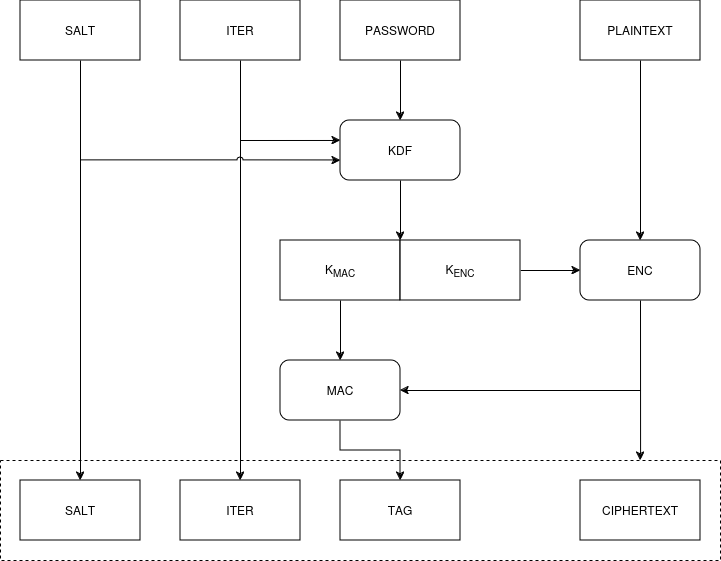
Before: images/block.png, a diagram exported from draw.io (shampoofactory/the_kings_head). Source tidied: cells renumbered, new cells last; positions are measured from the earlier drawing's top-left corner, leaving out a move shared by most shapes. Its diagram source:
```xml
<mxGraphModel>
  <root>
    <mxCell id="0" />
    <mxCell id="1" parent="0" />
    <mxCell id="2" style="rounded=0;whiteSpace=wrap;html=1;dashed=1;" parent="1" vertex="1">
      <mxGeometry y="460" width="720" height="100" as="geometry" />
    </mxCell>
    <mxCell id="3" value="SALT" style="rounded=0;whiteSpace=wrap;html=1;" parent="2" vertex="1">
      <mxGeometry x="20" y="20" width="120" height="60" as="geometry" />
    </mxCell>
    <mxCell id="4" value="ITER" style="rounded=0;whiteSpace=wrap;html=1;" parent="2" vertex="1">
      <mxGeometry x="180" y="20" width="120" height="60" as="geometry" />
    </mxCell>
    <mxCell id="5" value="TAG" style="rounded=0;whiteSpace=wrap;html=1;" parent="2" vertex="1">
      <mxGeometry x="340" y="20" width="120" height="60" as="geometry" />
    </mxCell>
    <mxCell id="6" value="CIPHERTEXT" style="rounded=0;whiteSpace=wrap;html=1;" parent="2" vertex="1">
      <mxGeometry x="580" y="20" width="120" height="60" as="geometry" />
    </mxCell>
    <mxCell id="7" value="SALT" style="rounded=0;whiteSpace=wrap;html=1;" parent="1" vertex="1">
      <mxGeometry x="20" width="120" height="60" as="geometry" />
    </mxCell>
    <mxCell id="8" value="ITER" style="rounded=0;whiteSpace=wrap;html=1;" parent="1" vertex="1">
      <mxGeometry x="180" width="120" height="60" as="geometry" />
    </mxCell>
    <mxCell id="9" value="PASSWORD" style="rounded=0;whiteSpace=wrap;html=1;" parent="1" vertex="1">
      <mxGeometry x="340" width="120" height="60" as="geometry" />
    </mxCell>
    <mxCell id="10" value="PLAINTEXT" style="rounded=0;whiteSpace=wrap;html=1;" parent="1" vertex="1">
      <mxGeometry x="580" width="120" height="60" as="geometry" />
    </mxCell>
    <mxCell id="11" value="KDF" style="rounded=1;whiteSpace=wrap;html=1;" parent="1" vertex="1">
      <mxGeometry x="340" y="120" width="120" height="60" as="geometry" />
    </mxCell>
    <mxCell id="12" value="K&lt;sub&gt;MAC&lt;/sub&gt;" style="rounded=0;whiteSpace=wrap;html=1;" parent="1" vertex="1">
      <mxGeometry x="280" y="240" width="120" height="60" as="geometry" />
    </mxCell>
    <mxCell id="13" style="edgeStyle=orthogonalEdgeStyle;rounded=0;jettySize=auto;html=1;exitX=1;exitY=0.5;exitDx=0;exitDy=0;entryX=0;entryY=0.5;entryDx=0;entryDy=0;" parent="1" edge="1" source="14" target="21">
      <mxGeometry relative="1" as="geometry" />
    </mxCell>
    <mxCell id="14" value="K&lt;sub&gt;ENC&lt;/sub&gt;" style="rounded=0;whiteSpace=wrap;html=1;" parent="1" vertex="1">
      <mxGeometry x="400" y="240" width="120" height="60" as="geometry" />
    </mxCell>
    <mxCell id="15" style="endArrow=classic;html=1;rounded=0;exitX=0.5;exitY=1;exitDx=0;exitDy=0;entryX=0.5;entryY=0;entryDx=0;entryDy=0;" parent="1" edge="1" source="7" target="3">
      <mxGeometry relative="1" as="geometry" />
    </mxCell>
    <mxCell id="16" style="endArrow=classic;html=1;rounded=0;exitX=0.5;exitY=1;exitDx=0;exitDy=0;entryX=0.5;entryY=0;entryDx=0;entryDy=0;" parent="1" edge="1" source="8" target="4">
      <mxGeometry relative="1" as="geometry" />
    </mxCell>
    <mxCell id="17" style="endArrow=classic;html=1;rounded=0;exitX=0.5;exitY=1;exitDx=0;exitDy=0;entryX=0.5;entryY=0;entryDx=0;entryDy=0;" parent="1" edge="1" source="9" target="11">
      <mxGeometry relative="1" as="geometry" />
    </mxCell>
    <mxCell id="18" style="endArrow=classic;html=1;rounded=0;entryX=0;entryY=0.667;entryDx=0;entryDy=0;entryPerimeter=0;jumpStyle=arc;" parent="1" edge="1" target="11">
      <mxGeometry relative="1" as="geometry">
        <mxPoint x="80" y="160" as="sourcePoint" />
      </mxGeometry>
    </mxCell>
    <mxCell id="19" style="endArrow=classic;html=1;rounded=0;entryX=0;entryY=0.333;entryDx=0;entryDy=0;entryPerimeter=0;" parent="1" edge="1" target="11">
      <mxGeometry relative="1" as="geometry">
        <mxPoint x="240" y="140" as="sourcePoint" />
      </mxGeometry>
    </mxCell>
    <mxCell id="20" style="endArrow=classic;html=1;rounded=0;entryX=0;entryY=0;entryDx=0;entryDy=0;exitX=0.5;exitY=1;exitDx=0;exitDy=0;" parent="1" edge="1" source="11" target="14">
      <mxGeometry relative="1" as="geometry" />
    </mxCell>
    <mxCell id="21" value="ENC" style="rounded=1;whiteSpace=wrap;html=1;" parent="1" vertex="1">
      <mxGeometry x="580" y="240" width="120" height="60" as="geometry" />
    </mxCell>
    <mxCell id="22" style="edgeStyle=orthogonalEdgeStyle;rounded=0;jettySize=auto;html=1;" parent="1" edge="1" source="23" target="5">
      <mxGeometry relative="1" as="geometry" />
    </mxCell>
    <mxCell id="23" value="MAC" style="rounded=1;whiteSpace=wrap;html=1;" parent="1" vertex="1">
      <mxGeometry x="280" y="360" width="120" height="60" as="geometry" />
    </mxCell>
    <mxCell id="24" style="endArrow=classic;html=1;rounded=0;exitX=0.5;exitY=1;exitDx=0;exitDy=0;" parent="1" edge="1" source="10" target="21">
      <mxGeometry relative="1" as="geometry" />
    </mxCell>
    <mxCell id="25" style="endArrow=classic;html=1;rounded=0;exitX=0.5;exitY=1;exitDx=0;exitDy=0;entryX=0.889;entryY=0;entryDx=0;entryDy=0;entryPerimeter=0;" parent="1" edge="1" source="21" target="2">
      <mxGeometry relative="1" as="geometry" />
    </mxCell>
    <mxCell id="26" style="endArrow=classic;html=1;rounded=0;exitX=0.5;exitY=1;exitDx=0;exitDy=0;entryX=0.5;entryY=0;entryDx=0;entryDy=0;" parent="1" edge="1" source="12" target="23">
      <mxGeometry relative="1" as="geometry" />
    </mxCell>
    <mxCell id="27" style="endArrow=classic;html=1;rounded=0;entryX=1;entryY=0.5;entryDx=0;entryDy=0;" parent="1" edge="1" target="23">
      <mxGeometry relative="1" as="geometry">
        <mxPoint x="640" y="390" as="sourcePoint" />
      </mxGeometry>
    </mxCell>
  </root>
</mxGraphModel>
```
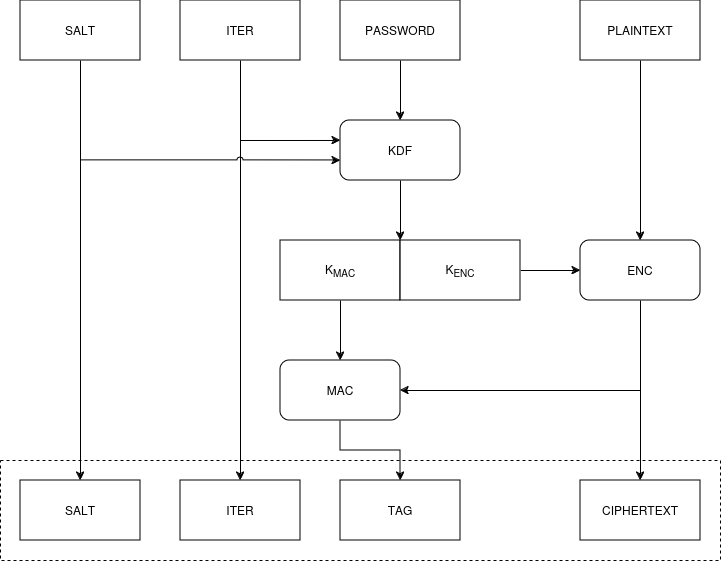
After the change.

Commit message:
Fix block.png ciphertext short arrow

Diff of the diagram source:
```diff
@@ -1,4 +1,4 @@
-<mxGraphModel>
+<mxGraphModel background="#ffffff">
   <root>
     <mxCell id="0" />
     <mxCell id="1" parent="0" />
@@ -75,7 +75,7 @@
     <mxCell id="24" style="endArrow=classic;html=1;rounded=0;exitX=0.5;exitY=1;exitDx=0;exitDy=0;" parent="1" edge="1" source="10" target="21">
       <mxGeometry relative="1" as="geometry" />
     </mxCell>
-    <mxCell id="25" style="endArrow=classic;html=1;rounded=0;exitX=0.5;exitY=1;exitDx=0;exitDy=0;entryX=0.889;entryY=0;entryDx=0;entryDy=0;entryPerimeter=0;" parent="1" edge="1" source="21" target="2">
+    <mxCell id="25" style="endArrow=classic;html=1;rounded=0;exitX=0.5;exitY=1;exitDx=0;exitDy=0;entryX=0.5;entryY=0;entryDx=0;entryDy=0;" parent="1" edge="1" source="21" target="6">
       <mxGeometry relative="1" as="geometry" />
     </mxCell>
     <mxCell id="26" style="endArrow=classic;html=1;rounded=0;exitX=0.5;exitY=1;exitDx=0;exitDy=0;entryX=0.5;entryY=0;entryDx=0;entryDy=0;" parent="1" edge="1" source="12" target="23">
```
